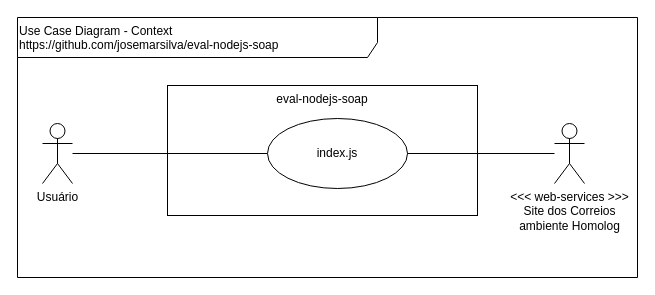
Earlier version of the draw.io diagram doc/UseCaseDiagram-Context.drawio (josemarsilva/eval-java-jax-ws). Source tidied: cells renumbered, new cells numbered last; positions are measured from the earlier drawing's top-left corner, leaving out a move shared by most shapes. Both pictures are drawn from the tidied source at 100%, with x=0, y=0 at pixel (17, 17).
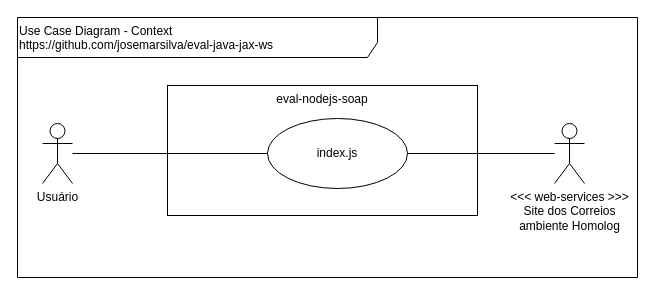
The same page after the edit.

The edit, as a diff of the source:
```diff
@@
 <mxGraphModel>
   <root>
     <mxCell id="0" />
     <mxCell id="1" parent="0" />
-    <mxCell id="2" value="Use Case Diagram - Context&lt;br&gt;https://github.com/josemarsilva/eval-nodejs-soap" style="shape=umlFrame;whiteSpace=wrap;html=1;width=360;height=40;verticalAlign=top;align=left;" parent="1" vertex="1">
+    <mxCell id="2" value="Use Case Diagram - Context&lt;br&gt;https://github.com/josemarsilva/eval-java-jax-ws&lt;br&gt;" style="shape=umlFrame;whiteSpace=wrap;html=1;width=360;height=40;verticalAlign=top;align=left;" parent="1" vertex="1">
       <mxGeometry width="620" height="260" as="geometry" />
     </mxCell>
     <mxCell id="3" value="&lt;div style=&quot;text-align: center&quot;&gt;&lt;span&gt;Usuário&lt;/span&gt;&lt;/div&gt;" style="shape=umlActor;verticalLabelPosition=bottom;labelBackgroundColor=#ffffff;verticalAlign=top;html=1;align=center;" parent="1" vertex="1">
       <mxGeometry x="25" y="106" width="30" height="60" as="geometry" />
     </mxCell>
     <mxCell id="4" value="eval-nodejs-soap" style="rounded=0;whiteSpace=wrap;html=1;align=center;verticalAlign=top;" parent="1" vertex="1">
       <mxGeometry x="150" y="68" width="310" height="130" as="geometry" />
     </mxCell>
     <mxCell id="5" style="edgeStyle=orthogonalEdgeStyle;rounded=0;jettySize=auto;html=1;endArrow=none;endFill=0;entryX=0;entryY=0.5;entryDx=0;entryDy=0;" parent="1" edge="1" source="3" target="6">
       <mxGeometry relative="1" as="geometry" />
     </mxCell>
     <mxCell id="6" value="index.js" style="ellipse;whiteSpace=wrap;html=1;align=center;" parent="1" vertex="1">
       <mxGeometry x="250" y="101" width="140" height="70" as="geometry" />
     </mxCell>
     <mxCell id="7" style="edgeStyle=orthogonalEdgeStyle;rounded=0;jettySize=auto;html=1;endArrow=none;endFill=0;" parent="1" edge="1" source="8" target="6">
       <mxGeometry relative="1" as="geometry" />
     </mxCell>
     <mxCell id="8" value="&amp;lt;&amp;lt;&amp;lt; web-services &amp;gt;&amp;gt;&amp;gt;&lt;br&gt;Site dos Correios&lt;br&gt;ambiente Homolog" style="shape=umlActor;verticalLabelPosition=bottom;labelBackgroundColor=#ffffff;verticalAlign=top;html=1;align=center;" parent="1" vertex="1">
       <mxGeometry x="537" y="106" width="30" height="60" as="geometry" />
     </mxCell>
   </root>
 </mxGraphModel>
```
